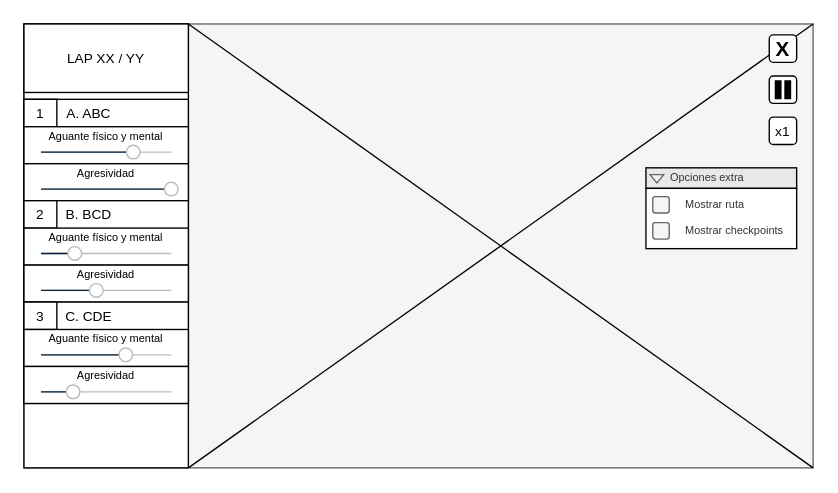
Before: page "UI-During-Race-Final" (5 of 17) of diagramas/grafo-sistema.drawio in amt911/TFG-Documento, a draw.io diagram. Source tidied: cells renumbered, new cells numbered last; positions are measured from the earlier drawing's top-left corner, leaving out a move shared by most shapes. Both pictures are drawn from the tidied source at 137%, with x=0, y=0 at pixel (23, 23).
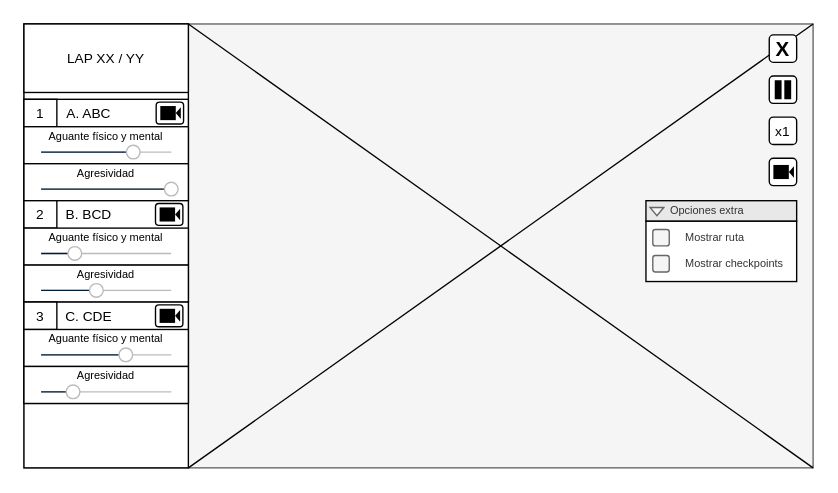
Above is the later version.

Unchanged cells that the change refers to:
```xml
<mxCell id="10" style="group;" parent="1" vertex="1">
  <mxGeometry y="55" width="120" height="74" as="geometry" />
</mxCell>
<mxCell id="17" style="group;" parent="1" vertex="1">
  <mxGeometry y="129" width="120" height="74" as="geometry" />
</mxCell>
<mxCell id="24" style="group;" parent="1" vertex="1">
  <mxGeometry y="203" width="120" height="74" as="geometry" />
</mxCell>
```

What changed in the source:
```diff
@@
+    <mxCell id="37" style="rounded=1;whiteSpace=wrap;html=1;fontSize=10;" parent="10" vertex="1">
+      <mxGeometry x="96.5" y="2" width="20" height="16" as="geometry" />
+    </mxCell>
+    <mxCell id="38" style="shape=mxgraph.signs.tech.video_camera;html=1;fillColor=#000000;strokeColor=none;verticalLabelPosition=bottom;verticalAlign=top;align=center;" parent="10" vertex="1">
+      <mxGeometry x="99.5" y="4.9" width="15" height="10.3" as="geometry" />
+    </mxCell>
@@
+    <mxCell id="39" style="rounded=1;whiteSpace=wrap;html=1;fontSize=10;" parent="17" vertex="1">
+      <mxGeometry x="96" y="2" width="20" height="16" as="geometry" />
+    </mxCell>
+    <mxCell id="40" style="shape=mxgraph.signs.tech.video_camera;html=1;fillColor=#000000;strokeColor=none;verticalLabelPosition=bottom;verticalAlign=top;align=center;" parent="17" vertex="1">
+      <mxGeometry x="99" y="4.9" width="15" height="10.3" as="geometry" />
+    </mxCell>
@@
+    <mxCell id="41" style="rounded=1;whiteSpace=wrap;html=1;fontSize=10;" parent="24" vertex="1">
+      <mxGeometry x="96" y="2" width="20" height="16" as="geometry" />
+    </mxCell>
+    <mxCell id="42" style="shape=mxgraph.signs.tech.video_camera;html=1;fillColor=#000000;strokeColor=none;verticalLabelPosition=bottom;verticalAlign=top;align=center;" parent="24" vertex="1">
+      <mxGeometry x="99" y="4.9" width="15" height="10.3" as="geometry" />
+    </mxCell>
@@
+    <mxCell id="43" style="group;" parent="1" vertex="1">
+      <mxGeometry x="454" y="129" width="110" height="59" as="geometry" />
+    </mxCell>
-    <mxCell id="32" value="&lt;font style=&quot;font-size: 8px;&quot;&gt;Opciones extra&lt;br&gt;&lt;/font&gt;" style="rounded=0;whiteSpace=wrap;html=1;strokeColor=default;fillColor=#E8E8E8;align=left;spacingLeft=18;spacingRight=0;spacing=0;spacingTop=0;spacingBottom=3;fontColor=#333333;" parent="1" vertex="1">
-      <mxGeometry x="454" y="105" width="110" height="15" as="geometry" />
+    <mxCell id="32" value="&lt;font style=&quot;font-size: 8px;&quot;&gt;Opciones extra&lt;br&gt;&lt;/font&gt;" style="rounded=0;whiteSpace=wrap;html=1;strokeColor=default;fillColor=#E8E8E8;align=left;spacingLeft=18;spacingRight=0;spacing=0;spacingTop=0;spacingBottom=3;fontColor=#333333;" parent="43" vertex="1">
+      <mxGeometry width="110" height="15" as="geometry" />
     </mxCell>
-    <mxCell id="33" style="triangle;whiteSpace=wrap;html=1;strokeColor=#666666;fontSize=10;fillColor=#f5f5f5;rotation=90;fontColor=#333333;direction=east;" parent="1" vertex="1">
-      <mxGeometry x="459" y="108" width="6" height="10" as="geometry" />
+    <mxCell id="33" style="triangle;whiteSpace=wrap;html=1;strokeColor=#666666;fontSize=10;fillColor=#f5f5f5;rotation=90;fontColor=#333333;direction=east;" parent="43" vertex="1">
+      <mxGeometry x="5" y="3" width="6" height="10" as="geometry" />
     </mxCell>
-    <mxCell id="34" style="rounded=0;whiteSpace=wrap;html=1;" parent="1" vertex="1">
-      <mxGeometry x="454" y="120" width="110" height="44" as="geometry" />
+    <mxCell id="34" style="rounded=0;whiteSpace=wrap;html=1;" parent="43" vertex="1">
+      <mxGeometry y="15" width="110" height="44" as="geometry" />
     </mxCell>
-    <mxCell id="35" value="&lt;span style=&quot;font-size: 8px;&quot;&gt;Mostrar ruta&lt;/span&gt;" style="rounded=1;fillColor=#f5f5f5;strokeColor=#666666;align=left;verticalAlign=middle;fontStyle=0;fontSize=10;labelPosition=right;verticalLabelPosition=middle;spacingLeft=10;html=1;shadow=0;dashed=0;fontColor=#333333;spacingBottom=2;" parent="1" vertex="1">
-      <mxGeometry x="459" y="126" width="12" height="12" as="geometry" />
+    <mxCell id="35" value="&lt;span style=&quot;font-size: 8px;&quot;&gt;Mostrar ruta&lt;/span&gt;" style="rounded=1;fillColor=#f5f5f5;strokeColor=#666666;align=left;verticalAlign=middle;fontStyle=0;fontSize=10;labelPosition=right;verticalLabelPosition=middle;spacingLeft=10;html=1;shadow=0;dashed=0;fontColor=#333333;spacingBottom=2;" parent="43" vertex="1">
+      <mxGeometry x="5" y="21" width="12" height="12" as="geometry" />
     </mxCell>
-    <mxCell id="36" value="&lt;span style=&quot;font-size: 8px;&quot;&gt;Mostrar checkpoints&lt;/span&gt;" style="rounded=1;fillColor=#f5f5f5;strokeColor=#666666;align=left;verticalAlign=middle;fontStyle=0;fontSize=10;labelPosition=right;verticalLabelPosition=middle;spacingLeft=10;html=1;shadow=0;dashed=0;fontColor=#333333;spacingTop=0;spacingBottom=2;" parent="1" vertex="1">
-      <mxGeometry x="459" y="145" width="12" height="12" as="geometry" />
+    <mxCell id="36" value="&lt;span style=&quot;font-size: 8px;&quot;&gt;Mostrar checkpoints&lt;/span&gt;" style="rounded=1;fillColor=#f5f5f5;strokeColor=#666666;align=left;verticalAlign=middle;fontStyle=0;fontSize=10;labelPosition=right;verticalLabelPosition=middle;spacingLeft=10;html=1;shadow=0;dashed=0;fontColor=#333333;spacingTop=0;spacingBottom=2;" parent="43" vertex="1">
+      <mxGeometry x="5" y="40" width="12" height="12" as="geometry" />
     </mxCell>
+    <mxCell id="44" style="rounded=1;whiteSpace=wrap;html=1;fontSize=10;" parent="1" vertex="1">
+      <mxGeometry x="544" y="98" width="20" height="20" as="geometry" />
+    </mxCell>
+    <mxCell id="45" style="shape=mxgraph.signs.tech.video_camera;html=1;fillColor=#000000;strokeColor=none;verticalLabelPosition=bottom;verticalAlign=top;align=center;" parent="1" vertex="1">
+      <mxGeometry x="547" y="102.9" width="15" height="10.3" as="geometry" />
+    </mxCell>
```
